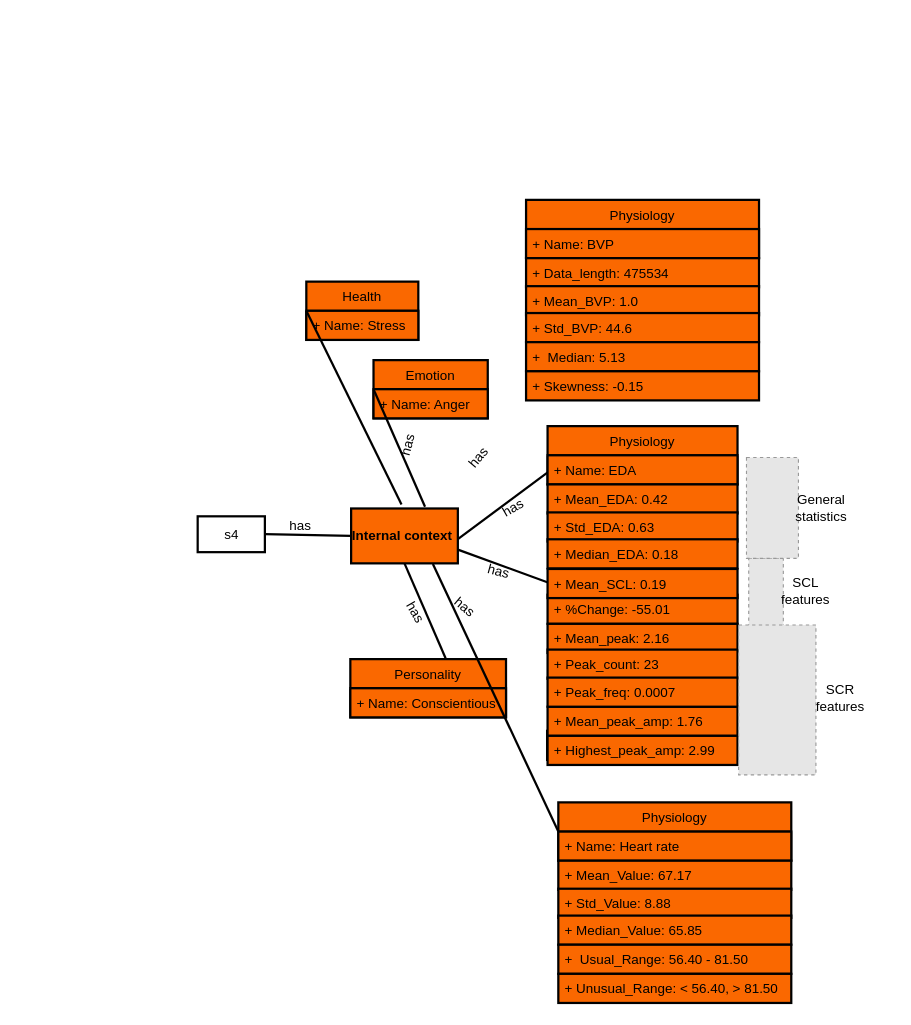
The draw.io diagram um_article.drawio in oluwande/zmPDSwR, before the edit. Source tidied: cells renumbered, new cells numbered last; positions are measured from the earlier drawing's top-left corner, leaving out a move shared by most shapes. Both pictures are drawn from the tidied source at 112%, with x=0, y=0 at pixel (197, 199). Pictures stored in the file or linked from it are replaced by grey dashed boxes.
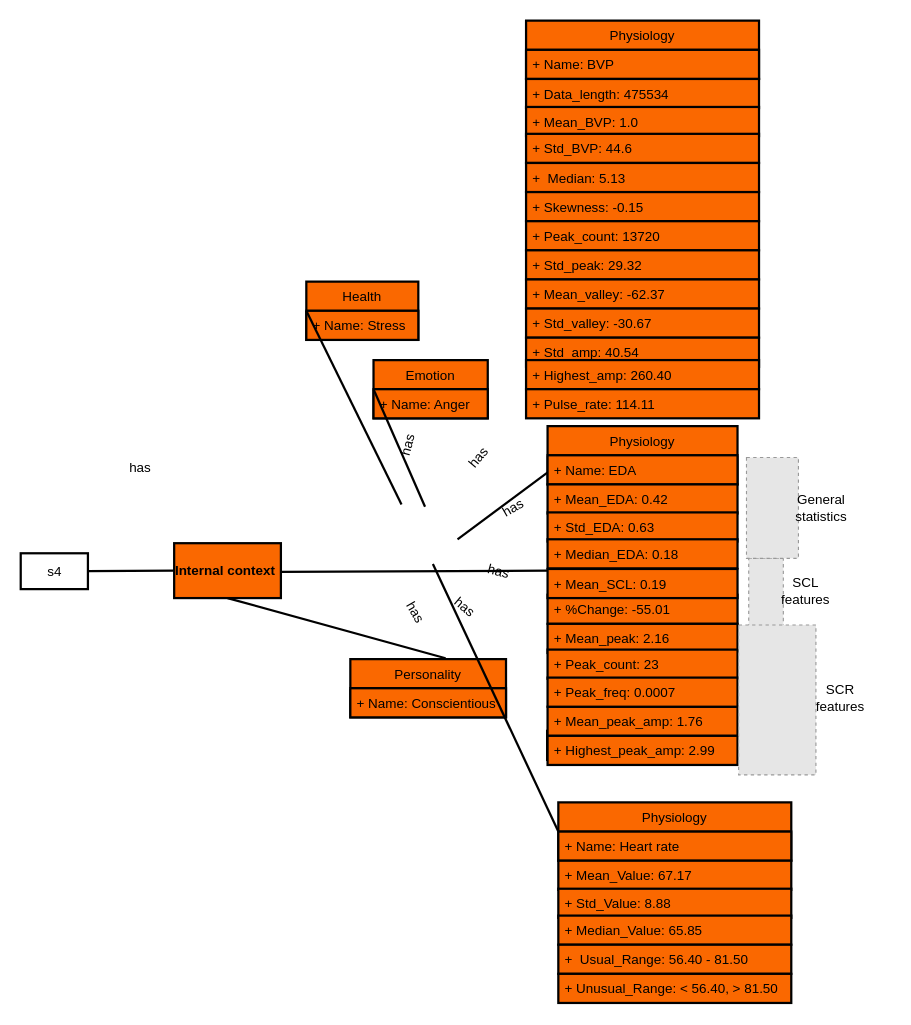
The same diagram, later.

The edit, as a diff of the source:
```diff
@@
     <mxCell id="2" value="s4" style="html=1;fontSize=12;strokeWidth=2;" parent="1" vertex="1">
-      <mxGeometry y="282.5" width="60" height="32" as="geometry" />
+      <mxGeometry x="-158" y="315.5" width="60" height="32" as="geometry" />
     </mxCell>
@@
     <mxCell id="11" value="has" style="text;html=1;strokeColor=none;fillColor=none;align=center;verticalAlign=middle;whiteSpace=wrap;rounded=0;fontSize=12;strokeWidth=2;" parent="1" vertex="1">
-      <mxGeometry x="62" y="275.5" width="60" height="30" as="geometry" />
+      <mxGeometry x="-81" y="224" width="60" height="30" as="geometry" />
     </mxCell>
@@
-    <mxCell id="15" style="endArrow=none;html=1;rounded=0;startArrow=none;exitX=1;exitY=0.75;exitDx=0;exitDy=0;fontSize=12;strokeWidth=2;" parent="1" edge="1" source="17">
+    <mxCell id="15" style="endArrow=none;html=1;rounded=0;startArrow=none;exitX=1;exitY=0.75;exitDx=0;exitDy=0;fontSize=12;strokeWidth=2;" parent="1" edge="1">
       <mxGeometry relative="1" as="geometry">
-        <mxPoint x="314" y="342" as="targetPoint" />
+        <mxPoint x="74.3" y="332.2" as="sourcePoint" />
+        <mxPoint x="314" y="331" as="targetPoint" />
       </mxGeometry>
     </mxCell>
@@
     <mxCell id="17" value="&lt;b style=&quot;font-size: 12px;&quot;&gt;Internal context&amp;nbsp;&lt;/b&gt;" style="rounded=0;whiteSpace=wrap;html=1;strokeColor=#000000;strokeWidth=2;fillColor=#FA6800;fontSize=12;" parent="1" vertex="1">
-      <mxGeometry x="137" y="275.5" width="95.3" height="49" as="geometry" />
+      <mxGeometry x="-21" y="306.5" width="95.3" height="49" as="geometry" />
     </mxCell>
@@
     <mxCell id="52" value="Physiology" style="swimlane;fontStyle=0;align=center;verticalAlign=top;horizontal=1;startSize=26;fillColor=#fa6800;strokeColor=#000000;strokeWidth=2;fontColor=#000000;fontSize=12;" parent="1" vertex="1">
-      <mxGeometry x="293.2" width="208" height="52" as="geometry" />
+      <mxGeometry x="293.2" y="-160" width="208" height="52" as="geometry" />
     </mxCell>
@@
     <mxCell id="54" value="+ Data_length: 475534" style="text;strokeColor=#000000;fillColor=#fa6800;align=left;verticalAlign=top;spacingLeft=4;spacingRight=4;overflow=hidden;strokeWidth=2;fontColor=#000000;fontSize=12;" parent="1" vertex="1">
-      <mxGeometry x="293.2" y="52" width="208" height="26" as="geometry" />
+      <mxGeometry x="293.2" y="-108" width="208" height="26" as="geometry" />
     </mxCell>
     <mxCell id="55" value="+ Mean_BVP: 1.0" style="text;strokeColor=#000000;fillColor=#fa6800;align=left;verticalAlign=top;spacingLeft=4;spacingRight=4;overflow=hidden;strokeWidth=2;fontColor=#000000;fontSize=12;" parent="1" vertex="1">
-      <mxGeometry x="293.2" y="77" width="208" height="26" as="geometry" />
+      <mxGeometry x="293.2" y="-83" width="208" height="26" as="geometry" />
     </mxCell>
     <mxCell id="56" value="+ Std_BVP: 44.6" style="text;strokeColor=#000000;fillColor=#fa6800;align=left;verticalAlign=top;spacingLeft=4;spacingRight=4;overflow=hidden;strokeWidth=2;fontColor=#000000;fontSize=12;" parent="1" vertex="1">
-      <mxGeometry x="293.2" y="101" width="208" height="26" as="geometry" />
+      <mxGeometry x="293.2" y="-59" width="208" height="26" as="geometry" />
     </mxCell>
     <mxCell id="57" value="+  Median: 5.13" style="text;strokeColor=#000000;fillColor=#fa6800;align=left;verticalAlign=top;spacingLeft=4;spacingRight=4;overflow=hidden;strokeWidth=2;fontColor=#000000;fontSize=12;" parent="1" vertex="1">
-      <mxGeometry x="293.2" y="127" width="208" height="26" as="geometry" />
+      <mxGeometry x="293.2" y="-33" width="208" height="26" as="geometry" />
     </mxCell>
     <mxCell id="58" value="+ Skewness: -0.15" style="text;strokeColor=#000000;fillColor=#fa6800;align=left;verticalAlign=top;spacingLeft=4;spacingRight=4;overflow=hidden;strokeWidth=2;fontColor=#000000;fontSize=12;" parent="1" vertex="1">
-      <mxGeometry x="293.2" y="153" width="208" height="26" as="geometry" />
+      <mxGeometry x="293.2" y="-7" width="208" height="26" as="geometry" />
     </mxCell>
+    <mxCell id="59" value="+ Peak_count: 13720" style="text;strokeColor=#000000;fillColor=#fa6800;align=left;verticalAlign=top;spacingLeft=4;spacingRight=4;overflow=hidden;strokeWidth=2;fontColor=#000000;fontSize=12;" parent="1" vertex="1">
+      <mxGeometry x="293.2" y="19" width="208" height="26" as="geometry" />
+    </mxCell>
+    <mxCell id="60" value="+ Std_peak: 29.32" style="text;strokeColor=#000000;fillColor=#fa6800;align=left;verticalAlign=top;spacingLeft=4;spacingRight=4;overflow=hidden;strokeWidth=2;fontColor=#000000;fontSize=12;" parent="1" vertex="1">
+      <mxGeometry x="293.2" y="45" width="208" height="26" as="geometry" />
+    </mxCell>
+    <mxCell id="61" value="+ Mean_valley: -62.37" style="text;strokeColor=#000000;fillColor=#fa6800;align=left;verticalAlign=top;spacingLeft=4;spacingRight=4;overflow=hidden;strokeWidth=2;fontColor=#000000;fontSize=12;" parent="1" vertex="1">
+      <mxGeometry x="293.2" y="71" width="208" height="26" as="geometry" />
+    </mxCell>
+    <mxCell id="62" value="+ Std_valley: -30.67" style="text;strokeColor=#000000;fillColor=#fa6800;align=left;verticalAlign=top;spacingLeft=4;spacingRight=4;overflow=hidden;strokeWidth=2;fontColor=#000000;fontSize=12;" parent="1" vertex="1">
+      <mxGeometry x="293.2" y="97" width="208" height="26" as="geometry" />
+    </mxCell>
+    <mxCell id="63" value="+ Std_amp: 40.54" style="text;strokeColor=#000000;fillColor=#fa6800;align=left;verticalAlign=top;spacingLeft=4;spacingRight=4;overflow=hidden;strokeWidth=2;fontColor=#000000;fontSize=12;" parent="1" vertex="1">
+      <mxGeometry x="293.2" y="123" width="208" height="26" as="geometry" />
+    </mxCell>
+    <mxCell id="64" value="+ Highest_amp: 260.40" style="text;strokeColor=#000000;fillColor=#fa6800;align=left;verticalAlign=top;spacingLeft=4;spacingRight=4;overflow=hidden;strokeWidth=2;fontColor=#000000;fontSize=12;" parent="1" vertex="1">
+      <mxGeometry x="293.2" y="143" width="208" height="26" as="geometry" />
+    </mxCell>
+    <mxCell id="65" value="+ Pulse_rate: 114.11" style="text;strokeColor=#000000;fillColor=#fa6800;align=left;verticalAlign=top;spacingLeft=4;spacingRight=4;overflow=hidden;strokeWidth=2;fontColor=#000000;fontSize=12;" parent="1" vertex="1">
+      <mxGeometry x="293.2" y="169" width="208" height="26" as="geometry" />
+    </mxCell>
```
